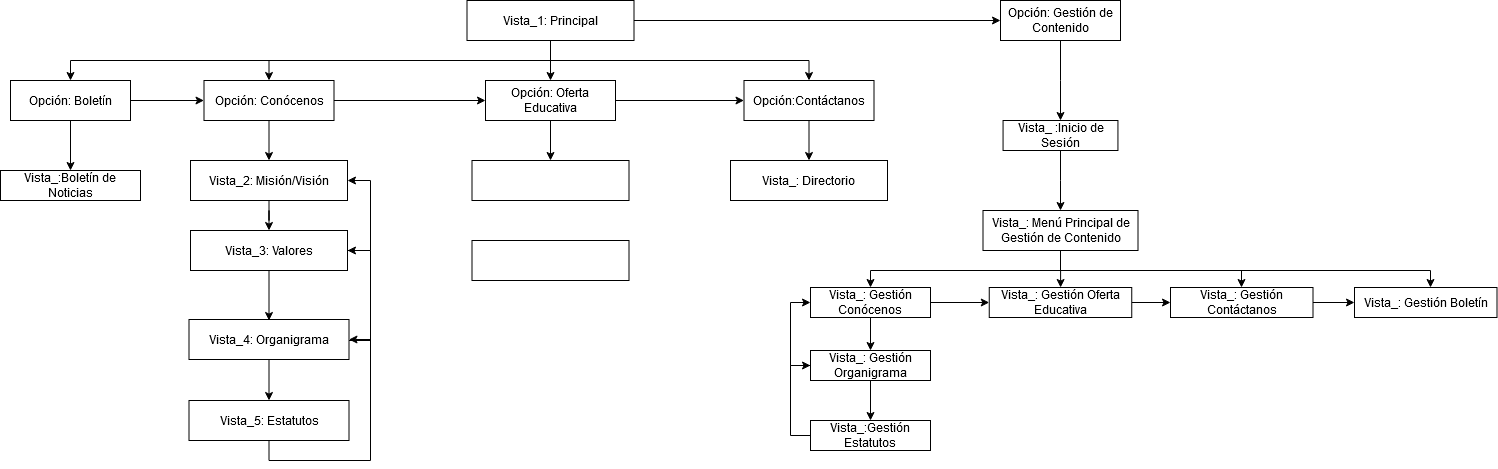
danielNYR/ProjectSchool keeps this draw.io diagram as MapaNavegacion.png. Above is the earlier version. Source tidied: cells renumbered, new cells last; positions are measured from the earlier drawing's top-left corner, leaving out a move shared by most shapes.
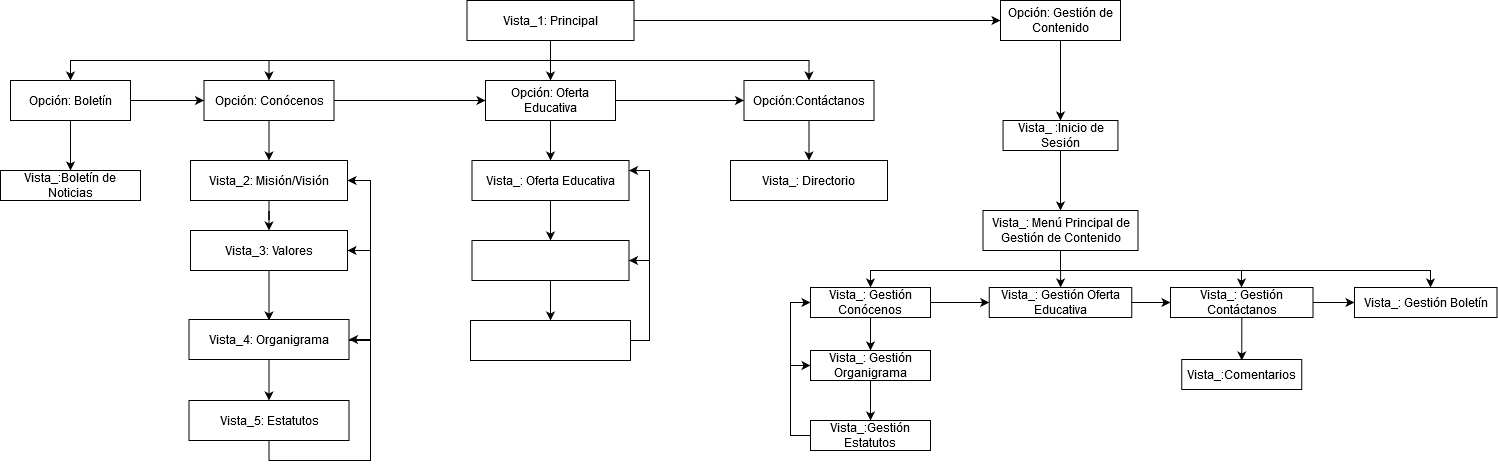
The same diagram one commit later.

Diff of the diagram source:
```diff
@@ -71,7 +71,10 @@
     <mxCell id="17" value="Vista_2: Misión/Visión" style="rounded=0;whiteSpace=wrap;html=1;" parent="1" vertex="1">
       <mxGeometry x="190" y="160" width="157" height="40" as="geometry" />
     </mxCell>
+    <mxCell id="55" style="edgeStyle=orthogonalEdgeStyle;rounded=0;jettySize=auto;html=1;entryX=0.5;entryY=0;entryDx=0;entryDy=0;" parent="1" edge="1" source="18" target="23">
+      <mxGeometry relative="1" as="geometry" />
+    </mxCell>
-    <mxCell id="18" style="rounded=0;whiteSpace=wrap;html=1;" parent="1" vertex="1">
+    <mxCell id="18" value="Vista_: Oferta Educativa" style="rounded=0;whiteSpace=wrap;html=1;" parent="1" vertex="1">
       <mxGeometry x="471.5" y="160" width="157" height="40" as="geometry" />
     </mxCell>
     <mxCell id="19" value="Vista_: Directorio" style="rounded=0;whiteSpace=wrap;html=1;" parent="1" vertex="1">
@@ -93,6 +96,19 @@
     <mxCell id="22" value="Vista_3: Valores" style="rounded=0;whiteSpace=wrap;html=1;" parent="1" vertex="1">
       <mxGeometry x="190" y="230" width="157" height="40" as="geometry" />
     </mxCell>
+    <mxCell id="56" style="edgeStyle=orthogonalEdgeStyle;rounded=0;jettySize=auto;html=1;" parent="1" edge="1" source="23">
+      <mxGeometry relative="1" as="geometry">
+        <mxPoint x="550" y="320" as="targetPoint" />
+      </mxGeometry>
+    </mxCell>
+    <mxCell id="57" style="edgeStyle=orthogonalEdgeStyle;rounded=0;jettySize=auto;html=1;entryX=1;entryY=0.25;entryDx=0;entryDy=0;" parent="1" edge="1" source="23" target="18">
+      <mxGeometry relative="1" as="geometry">
+        <Array as="points">
+          <mxPoint x="649" y="260" />
+          <mxPoint x="649" y="170" />
+        </Array>
+      </mxGeometry>
+    </mxCell>
     <mxCell id="23" style="rounded=0;whiteSpace=wrap;html=1;" parent="1" vertex="1">
       <mxGeometry x="471.5" y="240" width="157" height="40" as="geometry" />
     </mxCell>
@@ -170,6 +186,11 @@
     <mxCell id="41" style="edgeStyle=orthogonalEdgeStyle;rounded=0;jettySize=auto;html=1;entryX=0;entryY=0.5;entryDx=0;entryDy=0;" parent="1" edge="1" source="42" target="43">
       <mxGeometry relative="1" as="geometry" />
     </mxCell>
+    <mxCell id="58" style="edgeStyle=orthogonalEdgeStyle;rounded=0;jettySize=auto;html=1;" parent="1" edge="1" source="42">
+      <mxGeometry relative="1" as="geometry">
+        <mxPoint x="1241.2" y="360" as="targetPoint" />
+      </mxGeometry>
+    </mxCell>
     <mxCell id="42" value="Vista_: Gestión Contáctanos" style="whiteSpace=wrap;html=1;rounded=0;" parent="1" vertex="1">
       <mxGeometry x="1170" y="287" width="142.5" height="30" as="geometry" />
     </mxCell>
@@ -226,5 +247,19 @@
     <mxCell id="54" value="Vista_:Gestión Estatutos" style="rounded=0;whiteSpace=wrap;html=1;" parent="1" vertex="1">
       <mxGeometry x="810" y="420" width="120" height="30" as="geometry" />
     </mxCell>
+    <mxCell id="59" value="Vista_:Comentarios" style="rounded=0;whiteSpace=wrap;html=1;" parent="1" vertex="1">
+      <mxGeometry x="1181.2" y="359" width="120" height="30" as="geometry" />
+    </mxCell>
+    <mxCell id="60" style="edgeStyle=orthogonalEdgeStyle;rounded=0;jettySize=auto;html=1;entryX=1;entryY=0.5;entryDx=0;entryDy=0;" parent="1" edge="1" source="61" target="23">
+      <mxGeometry relative="1" as="geometry">
+        <Array as="points">
+          <mxPoint x="649" y="340" />
+          <mxPoint x="649" y="260" />
+        </Array>
+      </mxGeometry>
+    </mxCell>
+    <mxCell id="61" style="rounded=0;whiteSpace=wrap;html=1;" parent="1" vertex="1">
+      <mxGeometry x="470" y="320" width="160" height="40" as="geometry" />
+    </mxCell>
   </root>
 </mxGraphModel>
```
